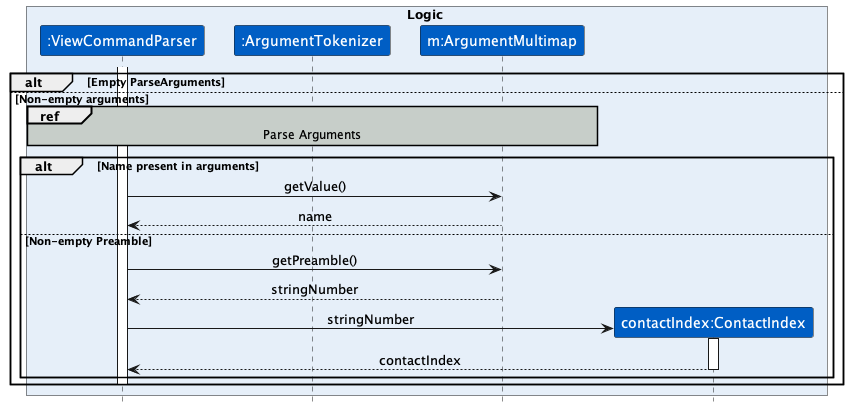
This is docs/images/ViewParserSequenceDiagram.png from nus-cs2103-AY2223S2/tp, a PlantUML export, as it was before one commit. Its diagram source:
```plantuml
@startuml
!include style.puml

box Logic LOGIC_COLOR_BACKGROUND
participant ":ViewCommandParser" as ViewCommandParser LOGIC_COLOR
participant ":ArgumentTokenizer" as ArgumentTokenizer LOGIC_COLOR
participant "m:ArgumentMultimap" as ArgumentMultimap LOGIC_COLOR
participant "contactIndex:ContactIndex" as ContactIndex LOGIC_COLOR
end box

activate ViewCommandParser

    alt Empty ParseArguments
    else Non-empty arguments

        ref over ViewCommandParser, ArgumentMultimap : Parse Arguments
        alt Name present in arguments
            ViewCommandParser -> ArgumentMultimap : getValue()
            ArgumentMultimap --> ViewCommandParser : name
        else Non-empty Preamble
            ViewCommandParser -> ArgumentMultimap : getPreamble()

            ArgumentMultimap --> ViewCommandParser : stringNumber

            create ContactIndex
            ViewCommandParser -> ContactIndex : stringNumber
            activate ContactIndex

            ContactIndex --> ViewCommandParser : contactIndex
            deactivate ContactIndex
        end
    deactivate ViewCommandParser
end
@enduml
```
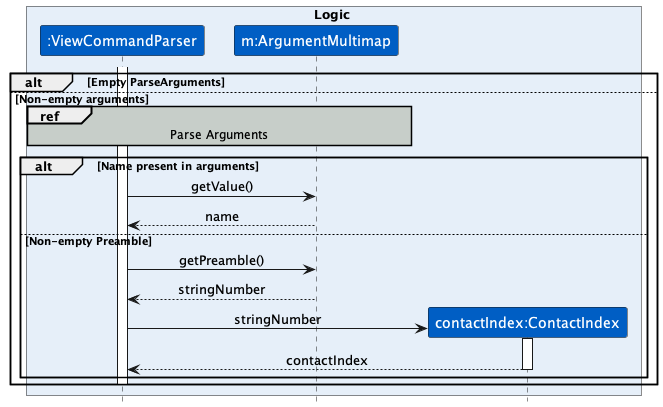
After the change.

Commit message:
Remove redundant parts of parser diagram

What changed in the source:
```diff
@@ -3,7 +3,6 @@
 
 box Logic LOGIC_COLOR_BACKGROUND
 participant ":ViewCommandParser" as ViewCommandParser LOGIC_COLOR
-participant ":ArgumentTokenizer" as ArgumentTokenizer LOGIC_COLOR
 participant "m:ArgumentMultimap" as ArgumentMultimap LOGIC_COLOR
 participant "contactIndex:ContactIndex" as ContactIndex LOGIC_COLOR
 end box
```
